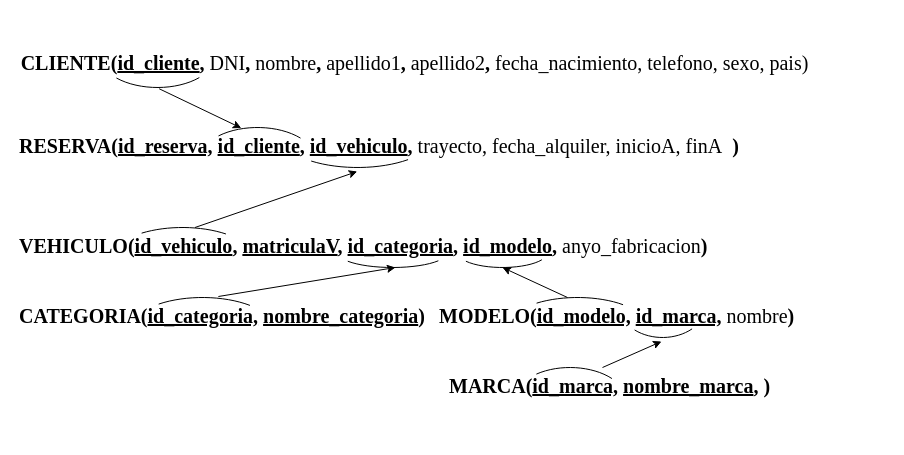
Before: grafo.drawio in PedroCorroDev/aprendiendo-react, a draw.io diagram. Source tidied: cells renumbered, new cells numbered last; positions are measured from the earlier drawing's top-left corner, leaving out a move shared by most shapes. Both pictures are drawn from the tidied source at 100%, with x=0, y=0 at pixel (17, 17).
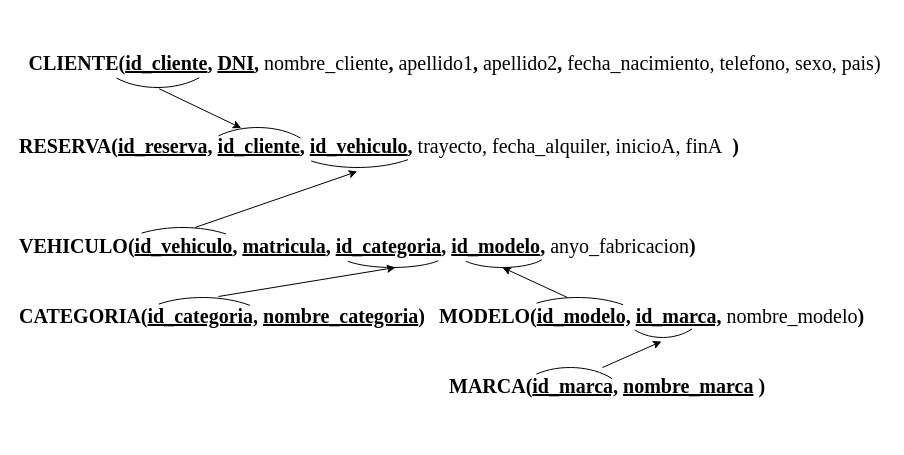
The same page after the edit.

What changed in the source:
```diff
@@
-    <mxCell id="2" value="&lt;font style=&quot;font-size: 20px;&quot; face=&quot;Times New Roman&quot;&gt;&lt;b&gt;CLIENTE(&lt;/b&gt;&lt;u style=&quot;font-weight: bold;&quot;&gt;id_cliente&lt;/u&gt;&lt;b&gt;, &lt;/b&gt;DNI&lt;b&gt;,&amp;nbsp;&lt;/b&gt;nombre&lt;b&gt;, &lt;/b&gt;apellido1&lt;b&gt;, &lt;/b&gt;apellido2&lt;b&gt;,&amp;nbsp;&lt;/b&gt;fecha_nacimiento, telefono, sexo, pais)&amp;nbsp;&lt;/font&gt;" style="text;html=1;strokeColor=none;fillColor=none;align=center;verticalAlign=middle;whiteSpace=wrap;rounded=0;" parent="1" vertex="1">
-      <mxGeometry y="30" width="800" height="30" as="geometry" />
+    <mxCell id="2" value="&lt;font style=&quot;font-size: 20px;&quot; face=&quot;Times New Roman&quot;&gt;&lt;b&gt;CLIENTE(&lt;/b&gt;&lt;u style=&quot;font-weight: bold;&quot;&gt;id_cliente&lt;/u&gt;&lt;b&gt;, &lt;u&gt;DNI&lt;/u&gt;,&amp;nbsp;&lt;/b&gt;nombre_cliente&lt;b&gt;, &lt;/b&gt;apellido1&lt;b&gt;, &lt;/b&gt;apellido2&lt;b&gt;,&amp;nbsp;&lt;/b&gt;fecha_nacimiento, telefono, sexo, pais)&amp;nbsp;&lt;/font&gt;" style="text;html=1;strokeColor=none;fillColor=none;align=center;verticalAlign=middle;whiteSpace=wrap;rounded=0;" parent="1" vertex="1">
+      <mxGeometry x="10" y="30" width="860" height="30" as="geometry" />
     </mxCell>
-    <mxCell id="3" value="&lt;div style=&quot;text-align: center;&quot;&gt;&lt;b&gt;VEHICULO(&lt;u&gt;id_vehiculo&lt;/u&gt;,&amp;nbsp;&lt;u&gt;matriculaV&lt;/u&gt;, &lt;u&gt;id_categoria&lt;/u&gt;, &lt;u&gt;id_modelo&lt;/u&gt;, &lt;/b&gt;anyo_fabricacion&lt;b&gt;)&lt;/b&gt;&lt;/div&gt;" style="text;whiteSpace=wrap;html=1;fontSize=20;fontFamily=Times New Roman;" parent="1" vertex="1">
+    <mxCell id="3" value="&lt;div style=&quot;text-align: center;&quot;&gt;&lt;b&gt;VEHICULO(&lt;u&gt;id_vehiculo&lt;/u&gt;,&amp;nbsp;&lt;u&gt;matricula&lt;/u&gt;, &lt;u&gt;id_categoria&lt;/u&gt;, &lt;u&gt;id_modelo&lt;/u&gt;, &lt;/b&gt;anyo_fabricacion&lt;b&gt;)&lt;/b&gt;&lt;/div&gt;" style="text;whiteSpace=wrap;html=1;fontSize=20;fontFamily=Times New Roman;" parent="1" vertex="1">
       <mxGeometry y="210" width="710" height="70" as="geometry" />
     </mxCell>
@@
-    <mxCell id="11" value="&lt;div style=&quot;text-align: center;&quot;&gt;&lt;b&gt;MODELO(&lt;/b&gt;&lt;u style=&quot;font-weight: bold;&quot;&gt;id_modelo,&lt;/u&gt;&amp;nbsp;&lt;b&gt;&lt;u&gt;id_marca,&lt;/u&gt;&amp;nbsp;&lt;/b&gt;nombre&lt;b&gt;)&lt;/b&gt;&lt;/div&gt;" style="text;whiteSpace=wrap;html=1;fontSize=20;fontFamily=Times New Roman;" parent="1" vertex="1">
+    <mxCell id="11" value="&lt;div style=&quot;text-align: center;&quot;&gt;&lt;b&gt;MODELO(&lt;/b&gt;&lt;u style=&quot;font-weight: bold;&quot;&gt;id_modelo,&lt;/u&gt;&amp;nbsp;&lt;b&gt;&lt;u&gt;id_marca,&lt;/u&gt;&amp;nbsp;&lt;/b&gt;nombre_modelo&lt;b&gt;)&lt;/b&gt;&lt;/div&gt;" style="text;whiteSpace=wrap;html=1;fontSize=20;fontFamily=Times New Roman;" parent="1" vertex="1">
       <mxGeometry x="420" y="280" width="310" height="50" as="geometry" />
     </mxCell>
@@
-    <mxCell id="18" value="&lt;div style=&quot;text-align: center;&quot;&gt;&lt;b&gt;MARCA(&lt;/b&gt;&lt;u style=&quot;font-weight: bold;&quot;&gt;id_marca,&lt;/u&gt;&amp;nbsp;&lt;u&gt;&lt;b&gt;nombre_marca&lt;/b&gt;&lt;/u&gt;&lt;u style=&quot;font-weight: bold;&quot;&gt;,&lt;/u&gt;&lt;b&gt;&amp;nbsp;)&lt;/b&gt;&lt;/div&gt;" style="text;whiteSpace=wrap;html=1;fontSize=20;fontFamily=Times New Roman;" parent="1" vertex="1">
+    <mxCell id="18" value="&lt;div style=&quot;text-align: center;&quot;&gt;&lt;b&gt;MARCA(&lt;/b&gt;&lt;u style=&quot;font-weight: bold;&quot;&gt;id_marca,&lt;/u&gt;&amp;nbsp;&lt;u&gt;&lt;b&gt;nombre_marca&lt;/b&gt;&lt;/u&gt;&lt;b&gt;&amp;nbsp;)&lt;/b&gt;&lt;/div&gt;" style="text;whiteSpace=wrap;html=1;fontSize=20;fontFamily=Times New Roman;" parent="1" vertex="1">
       <mxGeometry x="430" y="350" width="310" height="50" as="geometry" />
     </mxCell>
```
